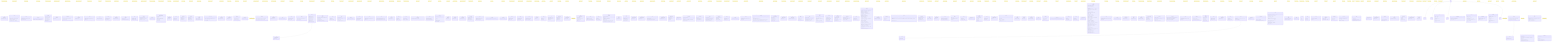
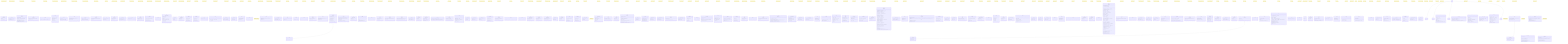
classDiagram
+     class AppliedPresetTag {
+         <<interface>>
+         +name: string
+         +orbitButton: ButtonToken
+         +panButton: ButtonToken
+     }
+     note for AppliedPresetTag "src/render/cameraControls.ts"
    class ArchiveActions {
        <<interface>>
        +readonly canResume: boolean
        +readonly canReview: boolean
    }
    note for ArchiveActions "src/ui/widgets/archiveModel.ts"
    class ArchiveDeps {
        <<interface>>
        +readonly doc: Document
        +listArchive(): Promise~readonly ArchiveListing[]~
        +popScope(): void
        +pushScope(scope: ArchiveScope): void
        +registerOpenArchive(open: () =~ void): void
        +resumeArchived(id: string): Promise~void~
        +reviewArchived(id: string): Promise~void~
    }
    note for ArchiveDeps "src/ui/widgets/archive.ts"
    class ArchivedMeta {
        <<interface>>
        +readonly players: Readonly~Record~string, string~~
        +readonly result: string
        +readonly startedAt: number
    }
    note for ArchivedMeta "src/persist/archive.ts"
    class ArchiveInspect {
        <<interface>>
        +listArchive(): Promise~readonly ArchiveListing[]~
    }
    note for ArchiveInspect "src/debug/window.ts"
    class ArchiveItem {
        <<interface>>
        +readonly canResume: boolean
        +readonly canReview: boolean
        +readonly conflicted: boolean
        +readonly headHash: string
        +readonly id: string
        +readonly playersLabel: string
        +readonly result: string
        +readonly startedAt: number
    }
    note for ArchiveItem "src/ui/widgets/archiveModel.ts"
    class ArchiveListing {
        <<interface>>
        +readonly id: string
        +readonly meta: ArchiveListingMeta
    }
    note for ArchiveListing "src/ui/widgets/archiveModel.ts"
    class ArchiveListingMeta {
        <<interface>>
        +readonly headHash: string
        +readonly players: Readonly~Record~string, string~~
        +readonly result: string
        +readonly startedAt: number
    }
    note for ArchiveListingMeta "src/ui/widgets/archiveModel.ts"
    class ArchiveModel {
        <<interface>>
        +readonly isEmpty: boolean
        +readonly items: readonly ArchiveItem[]
    }
    note for ArchiveModel "src/ui/widgets/archiveModel.ts"
    class ArchiveScope {
        <<interface>>
        +readonly bindings: Readonly~Record~string, string~~
        +readonly blocking: true
        +readonly id: string
    }
    note for ArchiveScope "src/ui/widgets/archive.ts"
    class Axis {
        <<interface>>
        +readonly category: LineCategory
        +readonly vec: Coord
    }
    note for Axis "src/core/axes.ts"
    class BannerButton {
        <<interface>>
        +readonly commandId: string
        +readonly enabled: boolean
        +readonly label: string
    }
    note for BannerButton "src/ui/widgets/bannerModel.ts"
    class BannerContext {
        <<interface>>
        +readonly history: BannerHistory
        +readonly offTurnBlocks: number
    }
    note for BannerContext "src/ui/widgets/banner.ts"
    class BannerDeps {
        <<interface>>
        +readonly doc: Document
        +dispatch(commandId: string): boolean
    }
    note for BannerDeps "src/ui/widgets/banner.ts"
    class BannerHistory {
        <<interface>>
        +readonly canRedo: boolean
        +readonly canReset: boolean
        +readonly canUndo: boolean
    }
    note for BannerHistory "src/ui/widgets/bannerModel.ts"
    class BannerModel {
        <<interface>>
        +readonly blackCaptures: number
        +readonly buttons: readonly BannerButton[]
        +readonly player: Player
        +readonly status: 'turn' | 'winner'
        +readonly whiteCaptures: number
    }
    note for BannerModel "src/ui/widgets/bannerModel.ts"
    class BoardConfig {
        <<interface>>
        +readonly size: number
    }
    note for BoardConfig "src/ui/widgets/settingsModel.ts"
    class CameraPresetReadout {
        <<interface>>
        +maxDistance: number
        +minDistance: number
+         +mouseButtons: Object
        +name: string
        +orbitButton: 'LEFT' | 'MIDDLE' | 'RIGHT'
        +panButton: 'LEFT' | 'MIDDLE' | 'RIGHT'
        +panSpeed: number
        +rotateSpeed: number
        +zoomSpeed: number
        +zoomToCursor: boolean
    }
    note for CameraPresetReadout "src/render/cameraControls.ts"
    class CameraReadout {
        <<interface>>
        +position: Object
        +target: Object
    }
    note for CameraReadout "src/render/scene.ts"
    class ColorFieldModel {
        <<interface>>
        +readonly key: string
        +readonly label: string
        +readonly value: string
    }
    note for ColorFieldModel "src/ui/widgets/settingsModel.ts"
    class ColorsPreview {
        <<interface>>
        +background: string
        +lineFaceDiagonal: string
        +lineOpacity: number
        +lineOrthogonal: string
        +lineSpaceDiagonal: string
    }
    note for ColorsPreview "src/render/scene.ts"
    class ColorsReadout {
        <<interface>>
        +background: string
        +lineFaceDiagonal: string
        +lineOpacity: number
        +lineOrthogonal: string
        +lineSpaceDiagonal: string
    }
    note for ColorsReadout "src/render/scene.ts"
    class Command {
        <<interface>>
        +readonly id: CommandId
        +run(ctx: CommandContext): void
    }
    note for Command "src/input/commands.ts"
    class CommandRegistry {
        <<interface>>
        +dispatch(id: CommandId, ctx: CommandContext): boolean
        +get(id: CommandId): Command | undefined
        +has(id: CommandId): boolean
        +ids(): CommandId[]
    }
    note for CommandRegistry "src/input/commands.ts"
    class ConfirmResult {
        <<interface>>
        +readonly commit: Coord | null
        +readonly next: TempPlacement
    }
    note for ConfirmResult "src/input/placement.ts"
    class ConflictedGame {
        <<interface>>
        +readonly mine: Game
        +readonly theirs: Game
    }
    note for ConflictedGame "src/persist/archive.ts"
    class ConflictedRecord {
        <<interface>>
        +readonly forks: Object
        +readonly size: number
    }
    note for ConflictedRecord "src/persist/archive.ts"
    class ConflictInput {
        <<interface>>
        +readonly meta: ArchivedMeta
        +readonly mineLog: EventLog
        +readonly size: number
        +readonly theirsLog: EventLog
    }
    note for ConflictInput "src/persist/archive.ts"
    class ConnectOptions {
        <<interface>>
        +readonly password: string
    }
    note for ConnectOptions "src/net/transport.ts"
    class ControlPreset {
        <<interface>>
        +readonly invertY: boolean
        +readonly maxDistance: number
        +readonly minDistance: number
        +readonly orbit: Gesture
        +readonly orbitSpeed: number
        +readonly pan: Gesture
        +readonly panSpeed: number
        +readonly zoom: Gesture
        +readonly zoomSpeed: number
        +readonly zoomToCursor: boolean
    }
    note for ControlPreset "src/render/cameraPresets.ts"
    class ControlsConfig {
        <<interface>>
        +readonly preset: string
        +readonly presets: Readonly~Record~string, ControlPreset~~
    }
    note for ControlsConfig "src/render/cameraPresets.ts"
    class ControlsConfig {
        <<interface>>
        +readonly preset: string
        +readonly presets: Readonly~Record~string, unknown~~
    }
    note for ControlsConfig "src/ui/widgets/settingsModel.ts"
    class DragGuardConfig {
        <<interface>>
        +readonly enabled: boolean
        +readonly thresholdPx: number
    }
    note for DragGuardConfig "src/input/pointerGesture.ts"
+     class Emitter {
+         <<interface>>
+         +emit(payload: T): void
+         +subscribe(fn: (payload: T) =~ void): () =~ void
+     }
+     note for Emitter "src/util/emitter.ts"
+     class Entry {
+         <<interface>>
+         +fn: (payload: T) =~ void
+     }
+     note for Entry "src/util/emitter.ts"
    class EventLog {
        <<interface>>
        +readonly entries: readonly LogEntry[]
    }
    note for EventLog "src/core/eventLog.ts"
    class GameExport {
        <<interface>>
        +readonly log: readonly Event[]
        +readonly settings: GameSettings
        +readonly size: number
    }
    note for GameExport "src/core/serialize.ts"
    class GameMeta {
        <<interface>>
        +readonly headHash: string
        +readonly players: Readonly~Record~string, string~~
        +readonly result: string
        +readonly startedAt: number
    }
    note for GameMeta "src/persist/db.ts"
    class GameRecord {
        <<interface>>
        +readonly id: string
        +readonly log: readonly Readonly~Record~string, unknown~~[]
        +readonly meta: GameMeta
    }
    note for GameRecord "src/persist/db.ts"
    class GameState {
        <<interface>>
        +readonly captures: Readonly~Record~Player, number~~
        +readonly pieces: Readonly~Record~NodeKey, Player~~
        +readonly size: number
        +readonly turn: Player
        +readonly winner: Player | null
        +readonly winningLine: readonly NodeKey[]
    }
    note for GameState "src/core/gameState.ts"
    class GenerateLineResult {
        <<interface>>
        +readonly line: Line
        +readonly ok: boolean
        +readonly warning: string
    }
    note for GenerateLineResult "src/core/lines.ts"
    class HelpDeps {
        <<interface>>
        +readonly doc: Document
        +getHelpSources(): HelpSources
        +popScope(): void
        +pushScope(scope: HelpScope): void
        +registerOpenHelp(open: () =~ void): void
    }
    note for HelpDeps "src/ui/widgets/help.ts"
    class HelpModel {
        <<interface>>
        +readonly rows: readonly HelpRow[]
    }
    note for HelpModel "src/ui/widgets/helpModel.ts"
    class HelpRow {
        <<interface>>
        +readonly commandId: string
        +readonly keys: readonly string[]
        +readonly label: string
    }
    note for HelpRow "src/ui/widgets/helpModel.ts"
    class HelpScope {
        <<interface>>
        +readonly bindings: Readonly~Record~string, string~~
        +readonly blocking: true
        +readonly id: string
    }
    note for HelpScope "src/ui/widgets/help.ts"
    class HelpSources {
        <<interface>>
        +readonly bindings: Readonly~Record~string, string~~
        +readonly commandIds: readonly string[]
        +readonly labels: Readonly~Record~string, string~~
    }
    note for HelpSources "src/ui/widgets/helpModel.ts"
    class HistoryFacts {
        <<interface>>
        +readonly maxPly: number
        +readonly viewedPly: number
    }
    note for HistoryFacts "src/ui/widgets/sliderModel.ts"
    class HistoryReadout {
        <<interface>>
        +maxPly: number
        +scrubbing: boolean
        +viewedPly: number
    }
    note for HistoryReadout "src/render/scene.ts"
    class HistorySliderDeps {
        <<interface>>
        +readonly doc: Document
        +getHistory(): HistoryFacts
        +scrubTo(k: number): void
    }
    note for HistorySliderDeps "src/ui/widgets/historySlider.ts"
    class HoverLookup {
        <<interface>>
        +readonly byId: ReadonlyMap~LineId, LineRef~
        +readonly linesThrough: ReadonlyMap~NodeKey, readonly LineRef[]~
    }
    note for HoverLookup "src/render/hover.ts"
    class HoverTarget {
        <<interface>>
        +readonly lines: readonly LineId[]
        +readonly nodes: readonly NodeKey[]
        +readonly pieces: readonly NodeKey[]
    }
    note for HoverTarget "src/render/hover.ts"
    class InputHandle {
        <<interface>>
        +readonly registry: CommandRegistry
        +dispatch(id: string): boolean
        +dispose(): void
        +handleChord(chord: string): KeyResolution
        +pop(): void
        +push(scope: Scope): void
        +readout(): InputReadout
        +stack(): ScopeStack
    }
    note for InputHandle "src/input/setup.ts"
    class InputReadout {
        <<interface>>
        +commands: string[]
        +scopes: string[]
    }
    note for InputReadout "src/input/setup.ts"
    class InstanceRange {
        <<interface>>
        +readonly count: number
        +readonly start: number
    }
    note for InstanceRange "src/render/linesLayout.ts"
    class KeybindingRow {
        <<interface>>
        +readonly commandId: string
        +readonly key: string
    }
    note for KeybindingRow "src/ui/widgets/settingsModel.ts"
    class KeyChordEvent {
        <<interface>>
        +readonly altKey: boolean
        +readonly ctrlKey: boolean
        +readonly key: string
        +readonly metaKey: boolean
        +readonly shiftKey: boolean
    }
    note for KeyChordEvent "src/input/keybindings.ts"
    class KeyResolution {
        <<interface>>
        +readonly commandId: CommandId | null
        +readonly handled: boolean
        +readonly scopeId: string | null
    }
    note for KeyResolution "src/input/scopes.ts"
    class LayoutConfig {
        <<interface>>
        +readonly widgets: Readonly~Record~string, WidgetPlacement~~
    }
    note for LayoutConfig "src/ui/layout.ts"
    class LayoutReadout {
        <<interface>>
        +zones: Record~string, string[]~
    }
    note for LayoutReadout "src/ui/container.ts"
    class LifecycleObservation {
        <<interface>>
        +readonly generation: number
        +readonly hasWinner: boolean
        +readonly ply: number
    }
    note for LifecycleObservation "src/persist/gameLifecycle.ts"
    class LifecycleState {
        <<interface>>
        +readonly finalized: boolean
        +readonly generation: number
        +readonly ply: number
    }
    note for LifecycleState "src/persist/gameLifecycle.ts"
    class LifecycleTransition {
        <<interface>>
        +readonly finalizeCurrent: boolean
        +readonly mintFresh: boolean
        +readonly next: LifecycleState
    }
    note for LifecycleTransition "src/persist/gameLifecycle.ts"
    class LightingConfig {
        <<interface>>
        +ambient: Object
        +directional: Object
    }
    note for LightingConfig "src/render/sceneConfig.ts"
    class LightingReadout {
        <<interface>>
        +ambient: Object
        +background: number
        +directional: Object
    }
    note for LightingReadout "src/render/scene.ts"
    class Line {
        <<interface>>
        +readonly axisIndex: number
        +readonly category: LineCategory
        +readonly entryNode: Coord
        +readonly id: LineId
        +readonly nodes: Coord[]
    }
    note for Line "src/core/lines.ts"
    class LineColorsConfig {
        <<interface>>
        +hoverHighlight: string
        +lineFaceDiagonal: string
        +lineOpacity: number
        +lineOrthogonal: string
        +lineSpaceDiagonal: string
    }
    note for LineColorsConfig "src/render/lines.ts"
    class LineGeometryConfig {
        <<interface>>
        +lineThickness: number
        +spacing: number
    }
    note for LineGeometryConfig "src/render/lines.ts"
    class LineGroup {
        <<interface>>
        +readonly lines: readonly Line[]
        +readonly rangeOf: ReadonlyMap~LineId, InstanceRange~
        +readonly segmentCount: number
        +readonly segments: readonly LineSegment[]
    }
    note for LineGroup "src/render/linesLayout.ts"
    class LineGroupReadout {
        <<interface>>
        +blending: BlendMode
        +category: LineCategory
        +highlightedSegmentCount: number
        +lineCount: number
        +segmentCount: number
        +visible: boolean
    }
    note for LineGroupReadout "src/render/lines.ts"
    class LineRef {
        <<interface>>
        +readonly category: LineCategory
        +readonly id: LineId
        +readonly nodeKeys: readonly NodeKey[]
    }
    note for LineRef "src/render/hover.ts"
    class LineSegment {
        <<interface>>
        +readonly a: Coord
        +readonly b: Coord
        +readonly lineId: LineId
    }
    note for LineSegment "src/render/linesLayout.ts"
    class LinesHandle {
        <<interface>>
        +readonly object: THREE.Group
        +dispose(): void
        +getVisibleLines(): LineGroupReadout[]
        +highlight(lineIds: readonly LineId[]): void
        +pickables(): Object[]
        +rangeOf(category: LineCategory, lineId: LineId): Object | null
        +setBaseColor(category: LineCategory, hex: string): string
+         +setBlending(category: LineCategory, mode: BlendMode): BlendMode
        +setOpacity(opacity: number): number
        +setVisible(category: LineCategory, visible: boolean): void
    }
    note for LinesHandle "src/render/lines.ts"
    class LogEntry {
        <<interface>>
        +readonly event: Event
        +readonly hash: string
    }
    note for LogEntry "src/core/eventLog.ts"
    class Logger {
        <<interface>>
        +debug(args: unknown[]): void
        +error(args: unknown[]): void
        +info(args: unknown[]): void
        +trace(args: unknown[]): void
        +warn(args: unknown[]): void
    }
    note for Logger "src/debug/log.ts"
    class MarkerColorsConfig {
        <<interface>>
        +emptySphere: string
        +hoverHighlight: string
    }
    note for MarkerColorsConfig "src/render/markers.ts"
    class MarkerGeometryConfig {
        <<interface>>
        +markerRadius: number
        +sphereSegments: Object
    }
    note for MarkerGeometryConfig "src/render/markers.ts"
    class MarkerIndex {
        <<interface>>
        +readonly count: number
        +readonly instanceIdOf: ReadonlyMap~NodeKey, number~
        +readonly nodeOfInstance: readonly NodeKey[]
    }
    note for MarkerIndex "src/render/markersLayout.ts"
    class MarkerMaterialsConfig {
        <<interface>>
        +markerDepthWrite: boolean
        +markerOpacity: number
    }
    note for MarkerMaterialsConfig "src/render/markers.ts"
    class MarkerNodeReadout {
        <<interface>>
        +highlighted: boolean
        +instanceColorHex: string
        +instanceId: number
        +node: NodeKey
        +visible: boolean
    }
    note for MarkerNodeReadout "src/render/markers.ts"
    class MarkerRenderingConfig {
        <<interface>>
        +marker: Object
    }
    note for MarkerRenderingConfig "src/render/markers.ts"
    class MarkersHandle {
        <<interface>>
        +readonly object: THREE.Group
        +dispose(): void
        +getMarkers(query: readonly NodeKey[]): MarkersReadout
        +highlight(nodes: readonly NodeKey[]): void
+         +setMaterial(params: Object): void
        +sync(state: GameState): void
    }
    note for MarkersHandle "src/render/markers.ts"
    class MarkersReadout {
        <<interface>>
        +count: number
        +highlightedCount: number
        +materialEmissiveIntensity: number
+         +metalness: number
        +nodes: MarkerNodeReadout[]
+         +opacity: number
+         +roughness: number
        +visibleCount: number
    }
    note for MarkersReadout "src/render/markers.ts"
    class MenuDeps {
        <<interface>>
        +readonly doc: Document
        +readonly entries: readonly MenuEntrySpec[]
        +dispatch(commandId: string): boolean
        +popScope(): void
        +pushScope(scope: MenuScope): void
    }
    note for MenuDeps "src/ui/widgets/menu.ts"
    class MenuEntrySpec {
        <<interface>>
        +readonly commandId: string
        +readonly id: string
        +readonly label: string
        +readonly order: number
        +readonly visible: boolean
    }
    note for MenuEntrySpec "src/ui/widgets/menuModel.ts"
    class MenuItem {
        <<interface>>
        +readonly commandId: string
        +readonly id: string
        +readonly label: string
    }
    note for MenuItem "src/ui/widgets/menuModel.ts"
    class MenuModel {
        <<interface>>
        +readonly items: readonly MenuItem[]
    }
    note for MenuModel "src/ui/widgets/menuModel.ts"
    class MenuScope {
        <<interface>>
        +readonly bindings: Readonly~Record~string, string~~
        +readonly blocking: true
        +readonly id: string
    }
    note for MenuScope "src/ui/widgets/menu.ts"
    class MqttClientLike {
        <<interface>>
        +end(): this
        +on(event: 'connect', cb: () =~ void): this
        +on(event: 'error', cb: (err: Error) =~ void): this
        +on(event: 'message', cb: (topic: string, payload: Uint8Array, packet: Object) =~ void): this
        +on(event: string, cb: (...args: never[]) =~ void): this
        +publish(topic: string, payload: string, opts: MqttPublishOptions, cb: () =~ void): this
        +subscribe(topics: string[], cb: (err: Error | null) =~ void): this
    }
    note for MqttClientLike "src/net/mqttTransport.ts"
    class MqttConnectOptions {
        <<interface>>
        +readonly clientId: string
        +readonly connectTimeout: number
        +readonly password: string
        +readonly reconnectPeriod: number
        +readonly username: string
        +readonly will: MqttWill
    }
    note for MqttConnectOptions "src/net/mqttTransport.ts"
    class MqttPublishOptions {
        <<interface>>
        +readonly qos: 0 | 1 | 2
        +readonly retain: boolean
    }
    note for MqttPublishOptions "src/net/mqttTransport.ts"
    class MqttTransportDeps {
        <<interface>>
        +readonly connect: MqttConnectFn
        +readonly peerId: string
    }
    note for MqttTransportDeps "src/net/mqttTransport.ts"
    class MqttWill {
        <<interface>>
        +readonly payload: string
        +readonly qos: 0 | 1 | 2
        +readonly retain: boolean
        +readonly topic: string
    }
    note for MqttWill "src/net/mqttTransport.ts"
    class NetDeps {
        <<interface>>
        +readonly doc: Document
        +copyToClipboard(text: string): Promise~void~
        +dispatch(commandId: string): boolean
        +getNet(): NetSessionState
        +setPendingJoinCode(code: string): void
    }
    note for NetDeps "src/ui/widgets/net.ts"
    class NetHooks {
        <<interface>>
        +canPlace(): boolean
        +getNet(): NetSessionState
        +getNetGameState(): GameState | null
        +getNetHeadHash(): string | null
        +host(): void
        +join(): void
        +place(coords: Coord): GameState
        +resync(): void
        +setPendingJoinCode(code: string): void
    }
    note for NetHooks "src/render/scene.ts"
    class NetModel {
        <<interface>>
        +readonly code: string | null
        +readonly conflict: boolean
        +readonly conflictText: string | null
        +readonly joinErrorText: string | null
        +readonly panel: NetPanel
        +readonly seatText: string | null
        +readonly statusText: string
    }
    note for NetModel "src/ui/widgets/netModel.ts"
    class NetSessionDeps {
        <<interface>>
        +now: () =~ number
        +rand: () =~ number
        +readonly db: IDBDatabase
        +readonly playerId: string
        +readonly size: number
        +createTransport(): Transport
    }
    note for NetSessionDeps "src/net/session.ts"
    class NetSessionState {
        <<interface>>
        +readonly code: string | null
        +readonly joinError: JoinErrorReason | null
        +readonly peerPresent: boolean
        +readonly phase: NetPhase
        +readonly seat: NetSeat
    }
    note for NetSessionState "src/ui/widgets/netModel.ts"
    class OpacityFieldModel {
        <<interface>>
        +readonly key: string
        +readonly label: string
        +readonly value: number
    }
    note for OpacityFieldModel "src/ui/widgets/settingsModel.ts"
    class PenteInspect {
        <<interface>>
+         +applyConfig(section: ConfigSection): void
        +clickAt(ndcX: number, ndcY: number): GameState | null
        +dispatch(id: string): boolean | null
        +getArchive(): Promise~readonly ArchiveListing[]~
        +getBannerContext(): BannerContext | null
        +getCamera(): CameraReadout | null
        +getCameraPreset(): CameraPresetReadout | null
        +getColors(): ColorsReadout | null
        +getHeadHash(): string | null
        +getHelpSources(): HelpSources | null
        +getHistory(): HistoryReadout | null
        +getHoverTarget(): HoverTarget | null
        +getInput(): InputReadout | null
+         +getInteraction(): DragGuardConfig | null
        +getLayout(): LayoutReadout | null
        +getLighting(): LightingReadout | null
        +getMarkers(query: readonly string[]): MarkersReadout | null
        +getNet(): NetSessionState | null
        +getPieces(): PieceReadout[] | null
        +getState(): GameState | null
        +getTemp(): TempReadout | null
        +getTurnGate(): TurnGateReadout | null
        +getViewportSize(): ViewportReadout | null
        +getVisibleLines(): LineGroupReadout[] | null
        +getWinLine(): WinLineReadout | null
        +hoverAt(ndcX: number, ndcY: number): HoverTarget | null
        +pickAt(ndcX: number, ndcY: number): RaycastHit | null
        +place(coords: Coord): GameState | null
        +pressKey(chord: string): KeyResolution | null
        +radiusOf(node: Coord): number | null
        +rayNodeDistances(ndcX: number, ndcY: number): Object[]
        +resync(): void
        +scrubTo(k: number): void
        +setCamera(position: Object, target: Object): void
+         +setConfig(section: ConfigSection, partial: Record~string, unknown~): void
    }
    note for PenteInspect "src/debug/window.ts"
    class PickableLineMesh {
        <<interface>>
        +readonly category: LineCategory
        +readonly mesh: THREE.Object3D
    }
    note for PickableLineMesh "src/render/picking.ts"
    class PickGeometryConfig {
        <<interface>>
        +markerRadius: number
        +pickPadding: number
        +pieceRadius: number
        +spacing: number
    }
    note for PickGeometryConfig "src/render/picking.ts"
    class PickingHandle {
        <<interface>>
        +readonly object: THREE.Group
        +dispose(): void
        +pickAt(ndcX: number, ndcY: number, camera: THREE.Camera, state: GameState, lineMeshes: readonly PickableLineMesh[]): RaycastHit | null
        +radiusOf(node: Coord): number | null
        +sync(state: GameState): void
        +worldOf(node: Coord): Object
    }
    note for PickingHandle "src/render/picking.ts"
    class PickRadiusInput {
        <<interface>>
        +readonly markerRadius: number
        +readonly occupied: boolean
        +readonly padding: number
        +readonly pieceRadius: number
        +readonly spacing: number
    }
    note for PickRadiusInput "src/render/pickRadius.ts"
    class PieceAdd {
        <<interface>>
        +readonly node: NodeKey
        +readonly owner: Player
    }
    note for PieceAdd "src/render/piecesDiff.ts"
    class PieceColorsConfig {
        <<interface>>
        +blackPiece: string
        +whitePiece: string
    }
    note for PieceColorsConfig "src/render/pieces.ts"
    class PieceDiff {
        <<interface>>
        +readonly adds: readonly PieceAdd[]
        +readonly recolors: readonly PieceRecolor[]
        +readonly removes: readonly NodeKey[]
    }
    note for PieceDiff "src/render/piecesDiff.ts"
    class PieceEntry {
        <<interface>>
        +fadeDir: -1 | 0 | 1
        +material: THREE.MeshStandardMaterial
        +mesh: THREE.Mesh
        +owner: Player
        +targetOpacity: number
    }
    note for PieceEntry "src/render/pieces.ts"
    class PieceGeometryConfig {
        <<interface>>
        +pieceRadius: number
        +spacing: number
        +sphereSegments: Object
    }
    note for PieceGeometryConfig "src/render/pieces.ts"
    class PieceMaterialsConfig {
        <<interface>>
        +pieceOpacity: number
    }
    note for PieceMaterialsConfig "src/render/pieces.ts"
    class PieceReadout {
        <<interface>>
        +emissiveIntensity: number
        +fadingOut: boolean
+         +metalness: number
        +node: NodeKey
        +opacity: number
        +owner: Player
        +position: Object
+         +roughness: number
    }
    note for PieceReadout "src/render/pieces.ts"
    class PieceRecolor {
        <<interface>>
        +readonly from: Player
        +readonly node: NodeKey
        +readonly to: Player
    }
    note for PieceRecolor "src/render/piecesDiff.ts"
    class PieceRenderingConfig {
        <<interface>>
        +piece: Object
        +pieceFadeMs: number
    }
    note for PieceRenderingConfig "src/render/pieces.ts"
    class PiecesHandle {
        <<interface>>
        +readonly object: THREE.Group
        +count(): number
        +dispose(): void
        +getPieces(): PieceReadout[]
        +highlight(nodes: readonly NodeKey[], color: string, boost: number): void
+         +setMaterial(params: Object): void
        +sync(state: GameState): void
        +tick(deltaMs: number): void
    }
    note for PiecesHandle "src/render/pieces.ts"
    class PlaceEvent {
        <<interface>>
        +readonly node: NodeKey
        +readonly type: 'place'
    }
    note for PlaceEvent "src/core/eventLog.ts"
    class PointerPos {
        <<interface>>
        +readonly x: number
        +readonly y: number
    }
    note for PointerPos "src/input/pointerGesture.ts"
    class PresenceSignal {
        <<interface>>
        +readonly kind: PresenceKind
        +readonly peerId: string
    }
    note for PresenceSignal "src/net/presence.ts"
    class RedoEvent {
        <<interface>>
        +readonly type: 'redo'
    }
    note for RedoEvent "src/core/eventLog.ts"
    class RelayConfig {
        <<interface>>
        +readonly password: string
        +readonly topicRoot: string
        +readonly username: string
        +readonly wssUrl: string
    }
    note for RelayConfig "src/config/config.ts"
    class ResolvedCameraPreset {
        <<interface>>
        +readonly name: string
    }
    note for ResolvedCameraPreset "src/render/cameraPresets.ts"
    class ResolvedLayout {
        <<interface>>
        +readonly zones: Readonly~Record~string, readonly ResolvedWidget[]~~
    }
    note for ResolvedLayout "src/ui/layout.ts"
    class ResolvedLineGroup {
        <<interface>>
        +readonly blending: BlendMode
        +readonly visible: boolean
    }
    note for ResolvedLineGroup "src/render/linesLayout.ts"
    class ResolvedSceneConfig {
        <<interface>>
        +ambient: Object
        +background: number
        +directional: Object
    }
    note for ResolvedSceneConfig "src/render/sceneConfig.ts"
    class ResolvedWidget {
        <<interface>>
        +readonly id: string
        +readonly offset: Object
        +readonly order: number
    }
    note for ResolvedWidget "src/ui/layout.ts"
    class SceneColorsConfig {
        <<interface>>
        +background: string
    }
    note for SceneColorsConfig "src/render/sceneConfig.ts"
    class SceneHandle {
        <<interface>>
        +camera: THREE.PerspectiveCamera
        +controls: OrbitControls
        +renderer: THREE.WebGLRenderer
        +scene: THREE.Scene
        +adoptNetState(): void
        +applyColors(preview: ColorsPreview): ColorsReadout
+         +applyConfig(section: ConfigSection): void
        +clickAt(ndcX: number, ndcY: number): GameState | null
        +dispatch(id: string): boolean
        +dispose(): void
        +getBannerContext(): BannerContext
        +getCamera(): CameraReadout
        +getCameraPreset(): CameraPresetReadout
        +getColors(): ColorsReadout
        +getGame(): Game
        +getHeadHash(): string
        +getHelpSources(): HelpSources
        +getHistory(): HistoryReadout
        +getHoverTarget(): HoverTarget | null
        +getInput(): InputReadout
+         +getInteraction(): DragGuardConfig
        +getLighting(): LightingReadout
        +getMarkers(query: readonly string[]): MarkersReadout
        +getNet(): NetSessionState
        +getPieces(): PieceReadout[]
        +getState(): GameState
        +getTemp(): TempReadout
        +getTurnGate(): TurnGateReadout
        +getViewportSize(): ViewportReadout
        +getVisibleLines(): LineGroupReadout[]
        +getWinLine(): WinLineReadout
        +hoverAt(ndcX: number, ndcY: number): HoverTarget | null
        +loadGame(loaded: Game): void
        +onNewGame(listener: () =~ void): () =~ void
        +onStateChange(listener: () =~ void): () =~ void
        +pickAt(ndcX: number, ndcY: number): RaycastHit | null
        +pickRadiusOf(node: Coord): number | null
        +place(coords: Coord): GameState
        +popScope(): void
        +pressKey(chord: string): KeyResolution
        +pushScope(scope: Scope): void
        +rayNodeDistances(ndcX: number, ndcY: number): Object[]
        +resync(): void
        +scrubTo(k: number): void
        +setCamera(position: Object, target: Object): void
        +setNetHooks(hooks: NetHooks): void
        +setOpenArchive(open: () =~ void): void
        +setOpenHelp(open: () =~ void): void
        +setOpenSettings(open: () =~ void): void
        +setPendingJoinCode(code: string): void
    }
    note for SceneHandle "src/render/scene.ts"
    class Scope {
        <<interface>>
        +readonly bindings: Readonly~Record~string, CommandId~~
        +readonly blocking: boolean
        +readonly id: string
    }
    note for Scope "src/input/scopes.ts"
    class ScopeStack {
        <<interface>>
        +readonly scopes: readonly Scope[]
    }
    note for ScopeStack "src/input/scopes.ts"
    class ScrubResolution {
        <<interface>>
        +readonly atLive: boolean
        +readonly viewedPly: number
    }
    note for ScrubResolution "src/ui/widgets/sliderModel.ts"
    class SeatMap {
        <<interface>>
        +readonly black: string | null
        +readonly white: string | null
    }
    note for SeatMap "src/net/seats.ts"
    class SelectOption {
        <<interface>>
        +readonly selected: boolean
        +readonly value: T
    }
    note for SelectOption "src/ui/widgets/settingsModel.ts"
-     class SettingsColorsPreview {
-         <<interface>>
-         +background: string
-         +lineFaceDiagonal: string
-         +lineOpacity: number
-         +lineOrthogonal: string
-         +lineSpaceDiagonal: string
-     }
-     note for SettingsColorsPreview "src/ui/widgets/settings.ts"
    class SettingsDeps {
        <<interface>>
        +readonly doc: Document
-         +applyColors(preview: SettingsColorsPreview): void
        +popScope(): void
        +pushScope(scope: SettingsScope): void
        +registerOpener(open: () =~ void): void
    }
    note for SettingsDeps "src/ui/widgets/settings.ts"
    class SettingsModel {
        <<interface>>
        +readonly boardSizeOptions: readonly SelectOption~number~[]
        +readonly colorFields: readonly ColorFieldModel[]
        +readonly keybindingRows: readonly KeybindingRow[]
        +readonly opacityField: OpacityFieldModel
        +readonly presetOptions: readonly SelectOption~string~[]
    }
    note for SettingsModel "src/ui/widgets/settingsModel.ts"
    class SettingsScope {
        <<interface>>
        +readonly bindings: Readonly~Record~string, string~~
        +readonly blocking: true
        +readonly id: string
    }
    note for SettingsScope "src/ui/widgets/settings.ts"
    class SettingsSources {
        <<interface>>
        +readonly board: BoardConfig
        +readonly colors: ColorsConfig
        +readonly controls: ControlsConfig
        +readonly keybindings: KeybindingsConfig
    }
    note for SettingsSources "src/ui/widgets/settingsModel.ts"
    class SliderModel {
        <<interface>>
        +readonly atLive: boolean
        +readonly enabled: boolean
        +readonly label: string
        +readonly max: number
        +readonly min: number
        +readonly value: number
    }
    note for SliderModel "src/ui/widgets/sliderModel.ts"
    class SyncMessage {
        <<interface>>
        +readonly headHash: string
        +readonly log: readonly Event[]
        +readonly version: number
    }
    note for SyncMessage "src/net/sync.ts"
    class TempPlacement {
        <<interface>>
        +readonly active: boolean
        +readonly preview: NodeKey | null
    }
    note for TempPlacement "src/input/placement.ts"
    class TempReadout {
        <<interface>>
        +active: boolean
        +preview: string | null
        +previewOpacity: number
    }
    note for TempReadout "src/render/scene.ts"
    class Transport {
        <<interface>>
        +connect(roomCode: string, opts: ConnectOptions): Promise~void~
        +disconnect(): void
        +onMessage(cb: MessageHandler): void
        +onPresence(cb: PresenceHandler): void
        +publish(msg: TransportMessage): void
    }
    note for Transport "src/net/transport.ts"
    class TurnGateReadout {
        <<interface>>
        +offTurnBlocks: number
    }
    note for TurnGateReadout "src/render/scene.ts"
    class UiContainerHandle {
        <<interface>>
        +readonly root: HTMLElement
        +dispose(): void
        +getLayout(): LayoutReadout
        +update(state: unknown, config: unknown): void
    }
    note for UiContainerHandle "src/ui/container.ts"
    class UiDeps {
        <<interface>>
-         +applyColors(preview: SettingsColorsPreview): void
        +copyToClipboard(text: string): Promise~void~
        +dispatch(commandId: string): boolean
        +getHelpSources(): HelpSources
        +getHistory(): HistoryFacts
        +getNet(): NetSessionState
        +listArchive(): Promise~readonly ArchiveListing[]~
        +popScope(): void
        +pushScope(scope: MenuScope | SettingsScope | HelpScope | ArchiveScope): void
        +registerOpenArchive(open: () =~ void): void
        +registerOpenHelp(open: () =~ void): void
        +registerOpener(open: () =~ void): void
        +resumeArchived(id: string): Promise~void~
        +reviewArchived(id: string): Promise~void~
        +scrubTo(k: number): void
        +setPendingJoinCode(code: string): void
    }
    note for UiDeps "src/ui/setup.ts"
    class UiHandle {
        <<interface>>
        +readonly container: UiContainerHandle
        +getLayout(): LayoutReadout
    }
    note for UiHandle "src/ui/setup.ts"
    class UndoEvent {
        <<interface>>
        +readonly type: 'undo'
    }
    note for UndoEvent "src/core/eventLog.ts"
    class Vec3 {
        <<interface>>
        +x: number
        +y: number
        +z: number
    }
    note for Vec3 "src/render/sceneConfig.ts"
    class ViewportReadout {
        <<interface>>
        +aspect: number
        +height: number
        +width: number
    }
    note for ViewportReadout "src/render/scene.ts"
    class Widget {
        <<interface>>
        +readonly element: HTMLElement
        +dispose(): void
        +update(state: unknown, config: unknown): void
    }
    note for Widget "src/ui/registry.ts"
    class WidgetFactory {
        <<interface>>
        +readonly id: WidgetId
        +mount(deps: unknown): Widget
    }
    note for WidgetFactory "src/ui/registry.ts"
    class WidgetPlacement {
        <<interface>>
        +readonly offset: Object
        +readonly order: number
        +readonly visible: boolean
        +readonly zone: string
    }
    note for WidgetPlacement "src/ui/layout.ts"
    class WidgetRegistry {
        <<interface>>
        +get(id: WidgetId): WidgetFactory | undefined
        +has(id: WidgetId): boolean
        +ids(): WidgetId[]
        +knownIds(): Set~WidgetId~
    }
    note for WidgetRegistry "src/ui/registry.ts"
    class Window {
        <<interface>>
        +__pente: PenteInspect
    }
    note for Window "src/debug/window.ts"
    class Window {
        <<interface>>
        +__penteRematchPrompt: () =~ boolean
    }
    note for Window "src/main.ts"
    class Window {
        <<interface>>
        +__penteNetTransportFactory: () =~ Transport
    }
    note for Window "src/net/appSession.ts"
    class Window {
        <<interface>>
        +__penteDbName: string
    }
    note for Window "src/persist/db.ts"
    class WinLineColorsConfig {
        <<interface>>
        +winningLine: string
    }
    note for WinLineColorsConfig "src/render/winLine.ts"
    class WinLineGeometryConfig {
        <<interface>>
        +lineThickness: number
        +spacing: number
    }
    note for WinLineGeometryConfig "src/render/winLine.ts"
    class WinLineHandle {
        <<interface>>
        +readonly object: THREE.Group
        +dispose(): void
        +getWinLine(): WinLineReadout
        +sync(state: GameState): void
    }
    note for WinLineHandle "src/render/winLine.ts"
    class WinLinePlan {
        <<interface>>
        +readonly nodes: readonly Coord[]
        +readonly segments: readonly WinSegment[]
    }
    note for WinLinePlan "src/render/winLineLayout.ts"
    class WinLineReadout {
        <<interface>>
        +color: number
        +nodes: string[]
        +opacity: number
        +segmentCount: number
        +visible: boolean
    }
    note for WinLineReadout "src/render/winLine.ts"
    class WinLineRenderingConfig {
        <<interface>>
        +winLineOpacity: number
        +winLineThickness: number
    }
    note for WinLineRenderingConfig "src/render/winLine.ts"
    class WinSegment {
        <<interface>>
        +readonly a: Coord
        +readonly b: Coord
    }
    note for WinSegment "src/render/winLineLayout.ts"
    class ArchiveError {
    }
    note for ArchiveError "src/persist/archive.ts"
    class ExportError {
    }
    note for ExportError "src/core/serialize.ts"
    class Game {
        +canRedo(): boolean
        +canUndo(): boolean
        +get log(): EventLog
        +place(coords: Coord): void
        +ply(): number
        +redo(): void
        +state(): GameState
        +stateAt(k: number): GameState
        +static fromLog(size: number, log: EventLog): Game
        +undo(): void
    }
    note for Game "src/core/game.ts"
    class IllegalMove {
    }
    note for IllegalMove "src/core/gameState.ts"
    class MockRelayHub {
        +join(room: string, peer: MockTransport): void
        +leave(room: string, peer: MockTransport): void
        +peerIds(room: string): string[]
        +publish(room: string, sender: MockTransport, msg: TransportMessage): void
    }
    note for MockRelayHub "src/net/transport.ts"
    class MockTransport {
        +readonly peerId: string
        +connect(roomCode: string, _opts: ConnectOptions): Promise~void~
        +deliver(msg: TransportMessage): void
        +disconnect(): void
        +onMessage(cb: MessageHandler): void
        +onPresence(cb: PresenceHandler): void
        +presenceChanged(peers: readonly string[]): void
        +publish(msg: TransportMessage): void
    }
    note for MockTransport "src/net/transport.ts"
    class MqttTransport {
        +readonly peerId: string
        +connect(roomCode: string, _opts: ConnectOptions): Promise~void~
        +disconnect(): void
        +onMessage(cb: MessageHandler): void
        +onPresence(cb: PresenceHandler): void
        +publish(msg: TransportMessage): void
    }
    note for MqttTransport "src/net/mqttTransport.ts"
    class NetSession {
        +canPlace(): boolean
        +disconnect(): void
        +gameState(): GameState | null
        +host(): Promise~void~
        +join(rawCode: string): Promise~boolean~
        +onChange(listener: NetChangeListener): () =~ void
        +place(coords: Coord): void
        +state(): NetSessionState
        +syncEngine(): SyncEngine | null
        +undo(): void
    }
    note for NetSession "src/net/session.ts"
    class PresenceTracker {
        +apply(signal: PresenceSignal): boolean
        +candidatePeers(): string[]
        +hasLivePeer(): boolean
        +livePeers(): string[]
    }
    note for PresenceTracker "src/net/presence.ts"
    class SyncEngine {
        +conflictForks(): Object | null
        +connect(roomCode: string): Promise~void~
        +game(): Game
        +onChange(listener: () =~ void): () =~ void
        +place(coords: Coord): void
        +placeLocalOnly(coords: Coord): void
        +publishState(): void
        +receive(msg: SyncMessage): void
        +status(): SyncStatus
        +undo(): void
        +whenSettled(): Promise~void~
    }
    note for SyncEngine "src/net/sync.ts"
    class SyncError {
    }
    note for SyncError "src/net/sync.ts"
    ControlPreset <|-- ResolvedCameraPreset
    Error <|-- ArchiveError
    Error <|-- ExportError
    Error <|-- IllegalMove
    Error <|-- SyncError
    GameRecord <|-- ConflictedRecord
    LineGroup <|-- ResolvedLineGroup
    Transport <|.. MockTransport
    Transport <|.. MqttTransport
